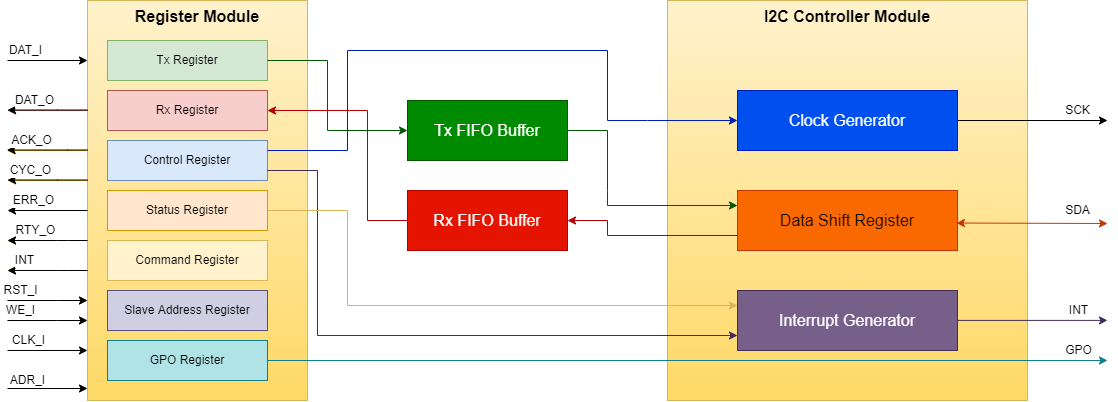
The draw.io diagram doc/Images/Detailed Architecture.png in isidor99/wishbone-i2c-ip-core, before a commit. Source tidied: cells renumbered, new cells last; positions are measured from the earlier drawing's top-left corner, leaving out a move shared by most shapes.
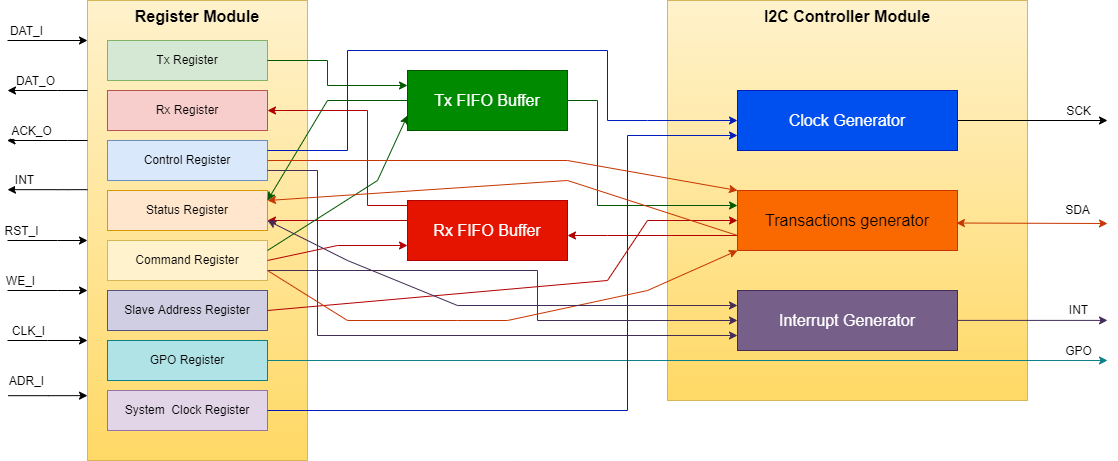
After the change.

Diff of the diagram source:
```diff
@@ -3,7 +3,7 @@
     <mxCell id="0" />
     <mxCell id="1" parent="0" />
     <mxCell id="2" value="Register Module" style="rounded=0;whiteSpace=wrap;html=1;verticalAlign=top;fontSize=16;fontStyle=1;fillColor=#fff2cc;gradientColor=#ffd966;strokeColor=#d6b656;" parent="1" vertex="1">
-      <mxGeometry x="80" width="220" height="400" as="geometry" />
+      <mxGeometry x="80" width="220" height="460" as="geometry" />
     </mxCell>
     <mxCell id="3" value="Tx Register" style="rounded=0;whiteSpace=wrap;html=1;fillColor=#d5e8d4;strokeColor=#82b366;" parent="1" vertex="1">
       <mxGeometry x="100" y="40" width="160" height="40" as="geometry" />
@@ -30,10 +30,10 @@
       <mxGeometry x="660" width="360" height="400" as="geometry" />
     </mxCell>
     <mxCell id="11" value="Tx FIFO Buffer" style="rounded=0;whiteSpace=wrap;html=1;fontSize=16;fillColor=#008a00;fontColor=#ffffff;strokeColor=#005700;" parent="1" vertex="1">
-      <mxGeometry x="400" y="100" width="160" height="60" as="geometry" />
+      <mxGeometry x="400" y="70" width="160" height="60" as="geometry" />
     </mxCell>
     <mxCell id="12" value="Rx FIFO Buffer" style="rounded=0;whiteSpace=wrap;html=1;fontSize=16;fillColor=#e51400;fontColor=#ffffff;strokeColor=#B20000;" parent="1" vertex="1">
-      <mxGeometry x="400" y="190" width="160" height="60" as="geometry" />
+      <mxGeometry x="400" y="200" width="160" height="60" as="geometry" />
     </mxCell>
     <mxCell id="13" value="Clock Generator" style="rounded=0;whiteSpace=wrap;html=1;fontSize=16;fillColor=#0050ef;fontColor=#ffffff;strokeColor=#001DBC;" parent="1" vertex="1">
       <mxGeometry x="730" y="90" width="220" height="60" as="geometry" />
@@ -49,38 +49,39 @@
         </Array>
       </mxGeometry>
     </mxCell>
-    <mxCell id="15" value="Data Shift Register" style="rounded=0;whiteSpace=wrap;html=1;fontSize=16;fillColor=#fa6800;fontColor=#000000;strokeColor=#C73500;" parent="1" vertex="1">
+    <mxCell id="15" value="Transactions generator" style="rounded=0;whiteSpace=wrap;html=1;fontSize=16;fillColor=#fa6800;fontColor=#000000;strokeColor=#C73500;" parent="1" vertex="1">
       <mxGeometry x="730" y="190" width="220" height="60" as="geometry" />
     </mxCell>
     <mxCell id="16" style="endArrow=classic;html=1;rounded=0;fontSize=16;entryX=0;entryY=0.25;entryDx=0;entryDy=0;exitX=1;exitY=0.5;exitDx=0;exitDy=0;fillColor=#008a00;strokeColor=#005700;" parent="1" edge="1" source="11" target="15">
       <mxGeometry relative="1" as="geometry">
         <Array as="points">
-          <mxPoint x="600" y="130" />
-          <mxPoint x="600" y="190" />
-          <mxPoint x="600" y="205" />
+          <mxPoint x="590" y="100" />
+          <mxPoint x="590" y="190" />
+          <mxPoint x="590" y="205" />
         </Array>
       </mxGeometry>
     </mxCell>
-    <mxCell id="17" style="endArrow=classic;html=1;rounded=0;fontSize=16;entryX=0;entryY=0.5;entryDx=0;entryDy=0;exitX=1;exitY=0.5;exitDx=0;exitDy=0;fillColor=#008a00;strokeColor=#005700;" parent="1" edge="1" source="3" target="11">
+    <mxCell id="17" style="endArrow=classic;html=1;rounded=0;fontSize=16;entryX=0;entryY=0.25;entryDx=0;entryDy=0;exitX=1;exitY=0.5;exitDx=0;exitDy=0;fillColor=#008a00;strokeColor=#005700;" parent="1" edge="1" source="3" target="11">
       <mxGeometry relative="1" as="geometry">
         <Array as="points">
           <mxPoint x="320" y="60" />
-          <mxPoint x="320" y="130" />
+          <mxPoint x="320" y="85" />
         </Array>
       </mxGeometry>
     </mxCell>
-    <mxCell id="18" style="endArrow=classic;html=1;rounded=0;fontSize=16;entryX=1;entryY=0.5;entryDx=0;entryDy=0;exitX=0;exitY=0.75;exitDx=0;exitDy=0;fillColor=#e51400;strokeColor=#B20000;" parent="1" edge="1" source="15" target="12">
+    <mxCell id="18" style="endArrow=classic;html=1;rounded=0;fontSize=16;exitX=0;exitY=0.75;exitDx=0;exitDy=0;fillColor=#e51400;strokeColor=#B20000;" parent="1" edge="1" source="15">
       <mxGeometry relative="1" as="geometry">
+        <mxPoint x="560" y="235" as="targetPoint" />
         <Array as="points">
           <mxPoint x="600" y="235" />
-          <mxPoint x="600" y="220" />
         </Array>
       </mxGeometry>
     </mxCell>
-    <mxCell id="19" style="endArrow=classic;html=1;rounded=0;fontSize=16;exitX=0;exitY=0.5;exitDx=0;exitDy=0;entryX=1;entryY=0.5;entryDx=0;entryDy=0;fillColor=#e51400;strokeColor=#B20000;" parent="1" edge="1" source="12" target="4">
+    <mxCell id="19" style="endArrow=classic;html=1;rounded=0;fontSize=16;entryX=1;entryY=0.5;entryDx=0;entryDy=0;fillColor=#e51400;strokeColor=#B20000;" parent="1" edge="1" target="4">
       <mxGeometry relative="1" as="geometry">
+        <mxPoint x="400" y="205" as="sourcePoint" />
         <Array as="points">
-          <mxPoint x="360" y="220" />
+          <mxPoint x="360" y="205" />
           <mxPoint x="360" y="110" />
         </Array>
       </mxGeometry>
@@ -131,8 +132,8 @@
     </mxCell>
     <mxCell id="29" style="endArrow=classic;html=1;rounded=0;fontSize=16;fillColor=#d5e8d4;strokeColor=#000000;" parent="1" edge="1">
       <mxGeometry relative="1" as="geometry">
-        <mxPoint y="60" as="sourcePoint" />
-        <mxPoint x="80" y="60" as="targetPoint" />
+        <mxPoint y="40" as="sourcePoint" />
+        <mxPoint x="80" y="40" as="targetPoint" />
       </mxGeometry>
     </mxCell>
     <mxCell id="30" value="DAT_I" style="edgeLabel;html=1;align=center;verticalAlign=middle;fontSize=12;" parent="29" vertex="1">
@@ -140,135 +141,6 @@
         <mxPoint x="10" y="-11" as="offset" />
       </mxGeometry>
     </mxCell>
-    <mxCell id="31" style="endArrow=classic;html=1;rounded=0;fontSize=16;fillColor=#f8cecc;strokeColor=#b85450;" parent="1" edge="1">
-      <mxGeometry relative="1" as="geometry">
-        <mxPoint x="80" y="110" as="sourcePoint" />
-        <mxPoint y="110" as="targetPoint" />
-        <Array as="points">
-          <mxPoint x="50" y="110" />
-        </Array>
-      </mxGeometry>
-    </mxCell>
-    <mxCell id="32" value="DAT_O" style="edgeLabel;html=1;align=center;verticalAlign=middle;fontSize=12;" parent="31" vertex="1">
-      <mxGeometry x="0.63" relative="1" as="geometry">
-        <mxPoint x="12" y="-10" as="offset" />
-      </mxGeometry>
-    </mxCell>
-    <mxCell id="33" style="endArrow=classic;html=1;rounded=0;fontSize=12;exitX=0;exitY=0.45;exitDx=0;exitDy=0;exitPerimeter=0;fillColor=#ffe6cc;strokeColor=#d79b00;" parent="1" edge="1" source="2">
-      <mxGeometry relative="1" as="geometry">
-        <mxPoint y="180" as="targetPoint" />
-        <Array as="points">
-          <mxPoint x="50" y="180" />
-        </Array>
-      </mxGeometry>
-    </mxCell>
-    <mxCell id="34" value="CYC_O" style="edgeLabel;html=1;align=center;verticalAlign=middle;fontSize=12;" parent="33" vertex="1">
-      <mxGeometry x="0.66" relative="1" as="geometry">
-        <mxPoint x="9" y="-10" as="offset" />
-      </mxGeometry>
-    </mxCell>
-    <mxCell id="35" style="endArrow=classic;html=1;rounded=0;fontSize=12;fillColor=#ffe6cc;strokeColor=#d79b00;" parent="1" edge="1">
-      <mxGeometry relative="1" as="geometry">
-        <mxPoint x="80" y="150" as="sourcePoint" />
-        <mxPoint x="-0.5" y="150" as="targetPoint" />
-        <Array as="points">
-          <mxPoint x="60" y="150" />
-          <mxPoint x="49.5" y="150" />
-        </Array>
-      </mxGeometry>
-    </mxCell>
-    <mxCell id="36" value="ACK_O" style="edgeLabel;html=1;align=center;verticalAlign=middle;fontSize=12;" parent="35" vertex="1">
-      <mxGeometry x="0.69" relative="1" as="geometry">
-        <mxPoint x="11" y="-10" as="offset" />
-      </mxGeometry>
-    </mxCell>
-    <mxCell id="37" style="endArrow=classic;html=1;rounded=0;fontSize=12;fillColor=#ffe6cc;strokeColor=#000000;" parent="1" edge="1">
-      <mxGeometry relative="1" as="geometry">
-        <mxPoint x="80" y="210" as="sourcePoint" />
-        <mxPoint y="210" as="targetPoint" />
-      </mxGeometry>
-    </mxCell>
-    <mxCell id="38" value="ERR_O" style="edgeLabel;html=1;align=center;verticalAlign=middle;fontSize=12;" parent="37" vertex="1">
-      <mxGeometry x="0.57" y="1" relative="1" as="geometry">
-        <mxPoint x="8" y="-11" as="offset" />
-      </mxGeometry>
-    </mxCell>
-    <mxCell id="39" style="endArrow=classic;html=1;rounded=0;fontSize=12;fillColor=#ffe6cc;strokeColor=#d79b00;" parent="1" edge="1">
-      <mxGeometry relative="1" as="geometry">
-        <mxPoint x="80" y="240" as="sourcePoint" />
-        <mxPoint y="240" as="targetPoint" />
-        <Array as="points">
-          <mxPoint x="60" y="240" />
-          <mxPoint x="49.8" y="240" />
-        </Array>
-      </mxGeometry>
-    </mxCell>
-    <mxCell id="40" value="RTY_O" style="edgeLabel;html=1;align=center;verticalAlign=middle;fontSize=12;" parent="39" vertex="1">
-      <mxGeometry x="0.82" relative="1" as="geometry">
-        <mxPoint x="20" y="-10" as="offset" />
-      </mxGeometry>
-    </mxCell>
-    <mxCell id="41" style="endArrow=classic;html=1;rounded=0;fontSize=12;fillColor=#ffe6cc;strokeColor=#d79b00;" parent="1" edge="1">
-      <mxGeometry relative="1" as="geometry">
-        <mxPoint x="80" y="270" as="sourcePoint" />
-        <mxPoint y="270" as="targetPoint" />
-        <Array as="points">
-          <mxPoint x="60" y="270" />
-          <mxPoint x="50" y="270" />
-        </Array>
-      </mxGeometry>
-    </mxCell>
-    <mxCell id="42" value="INT" style="edgeLabel;html=1;align=center;verticalAlign=middle;fontSize=12;" parent="41" vertex="1">
-      <mxGeometry x="0.89" relative="1" as="geometry">
-        <mxPoint x="12" y="-10" as="offset" />
-      </mxGeometry>
-    </mxCell>
-    <mxCell id="43" style="endArrow=classic;html=1;rounded=0;fontSize=12;entryX=0;entryY=0.75;entryDx=0;entryDy=0;fillColor=#fff2cc;strokeColor=#d6b656;" parent="1" edge="1" target="2">
-      <mxGeometry relative="1" as="geometry">
-        <mxPoint y="300" as="sourcePoint" />
-        <Array as="points">
-          <mxPoint x="50" y="300" />
-        </Array>
-      </mxGeometry>
-    </mxCell>
-    <mxCell id="44" value="RST_I" style="edgeLabel;html=1;align=center;verticalAlign=middle;fontSize=12;" parent="43" vertex="1">
-      <mxGeometry x="-0.68" relative="1" as="geometry">
-        <mxPoint y="-10" as="offset" />
-      </mxGeometry>
-    </mxCell>
-    <mxCell id="45" style="endArrow=classic;html=1;rounded=0;fontSize=12;entryX=0;entryY=0.8;entryDx=0;entryDy=0;fillColor=#fff2cc;strokeColor=#d6b656;entryPerimeter=0;" parent="1" edge="1" target="2">
-      <mxGeometry relative="1" as="geometry">
-        <mxPoint y="320" as="sourcePoint" />
-        <Array as="points">
-          <mxPoint x="50" y="320" />
-        </Array>
-      </mxGeometry>
-    </mxCell>
-    <mxCell id="46" value="WE_I" style="edgeLabel;html=1;align=center;verticalAlign=middle;fontSize=12;" parent="45" vertex="1">
-      <mxGeometry x="-0.7" relative="1" as="geometry">
-        <mxPoint y="-10" as="offset" />
-      </mxGeometry>
-    </mxCell>
-    <mxCell id="47" style="endArrow=classic;html=1;rounded=0;fontSize=12;entryX=0;entryY=0.875;entryDx=0;entryDy=0;entryPerimeter=0;" parent="1" edge="1" target="2">
-      <mxGeometry relative="1" as="geometry">
-        <mxPoint y="350" as="sourcePoint" />
-      </mxGeometry>
-    </mxCell>
-    <mxCell id="48" value="CLK_I" style="edgeLabel;html=1;align=center;verticalAlign=middle;fontSize=12;" parent="47" vertex="1">
-      <mxGeometry x="-0.8" relative="1" as="geometry">
-        <mxPoint x="12" y="-10" as="offset" />
-      </mxGeometry>
-    </mxCell>
-    <mxCell id="49" style="endArrow=classic;html=1;rounded=0;fontSize=12;entryX=0;entryY=0.97;entryDx=0;entryDy=0;entryPerimeter=0;" parent="1" edge="1" target="2">
-      <mxGeometry relative="1" as="geometry">
-        <mxPoint y="388" as="sourcePoint" />
-      </mxGeometry>
-    </mxCell>
-    <mxCell id="50" value="ADR_I" style="edgeLabel;html=1;align=center;verticalAlign=middle;fontSize=12;" parent="49" vertex="1">
-      <mxGeometry x="-0.78" y="-1" relative="1" as="geometry">
-        <mxPoint x="11" y="-9" as="offset" />
-      </mxGeometry>
-    </mxCell>
     <mxCell id="51" style="endArrow=classic;html=1;rounded=0;entryX=0;entryY=0.75;entryDx=0;entryDy=0;exitX=1;exitY=0.75;exitDx=0;exitDy=0;fillColor=#76608a;strokeColor=#432D57;" parent="1" edge="1" source="5" target="20">
       <mxGeometry relative="1" as="geometry">
         <Array as="points">
@@ -277,20 +149,12 @@
         </Array>
       </mxGeometry>
     </mxCell>
-    <mxCell id="52" style="endArrow=classic;html=1;rounded=0;exitX=1;exitY=0.5;exitDx=0;exitDy=0;entryX=0;entryY=0.25;entryDx=0;entryDy=0;fillColor=#fff2cc;strokeColor=#d6b656;" parent="1" edge="1" source="6" target="20">
-      <mxGeometry relative="1" as="geometry">
-        <Array as="points">
-          <mxPoint x="340" y="210" />
-          <mxPoint x="340" y="305" />
-        </Array>
-      </mxGeometry>
-    </mxCell>
     <mxCell id="53" style="endArrow=classic;html=1;rounded=0;fontSize=12;entryX=0;entryY=0.8;entryDx=0;entryDy=0;fillColor=#fff2cc;strokeColor=#000000;entryPerimeter=0;" parent="1" edge="1">
       <mxGeometry relative="1" as="geometry">
-        <mxPoint y="320" as="sourcePoint" />
-        <mxPoint x="80" y="320" as="targetPoint" />
+        <mxPoint y="290" as="sourcePoint" />
+        <mxPoint x="80" y="290" as="targetPoint" />
         <Array as="points">
-          <mxPoint x="50" y="320" />
+          <mxPoint x="50" y="290" />
         </Array>
       </mxGeometry>
     </mxCell>
@@ -301,10 +165,10 @@
     </mxCell>
     <mxCell id="55" style="endArrow=classic;html=1;rounded=0;fontSize=12;entryX=0;entryY=0.75;entryDx=0;entryDy=0;fillColor=#fff2cc;strokeColor=#000000;" parent="1" edge="1">
       <mxGeometry relative="1" as="geometry">
-        <mxPoint y="300" as="sourcePoint" />
-        <mxPoint x="80" y="300" as="targetPoint" />
+        <mxPoint y="240" as="sourcePoint" />
+        <mxPoint x="80" y="240" as="targetPoint" />
         <Array as="points">
-          <mxPoint x="50" y="300" />
+          <mxPoint x="50" y="240" />
         </Array>
       </mxGeometry>
     </mxCell>
@@ -315,11 +179,11 @@
     </mxCell>
     <mxCell id="57" style="endArrow=classic;html=1;rounded=0;fontSize=12;fillColor=#ffe6cc;strokeColor=#000000;" parent="1" edge="1">
       <mxGeometry relative="1" as="geometry">
-        <mxPoint x="80" y="270" as="sourcePoint" />
-        <mxPoint y="270" as="targetPoint" />
+        <mxPoint x="80" y="189.2" as="sourcePoint" />
+        <mxPoint y="189.2" as="targetPoint" />
         <Array as="points">
-          <mxPoint x="60" y="270" />
-          <mxPoint x="50" y="270" />
+          <mxPoint x="60" y="189.2" />
+          <mxPoint x="50" y="189.2" />
         </Array>
       </mxGeometry>
     </mxCell>
@@ -328,42 +192,13 @@
         <mxPoint x="12" y="-10" as="offset" />
       </mxGeometry>
     </mxCell>
-    <mxCell id="59" style="endArrow=classic;html=1;rounded=0;fontSize=12;fillColor=#ffe6cc;strokeColor=#000000;" parent="1" edge="1">
-      <mxGeometry relative="1" as="geometry">
-        <mxPoint x="80" y="240" as="sourcePoint" />
-        <mxPoint y="240" as="targetPoint" />
-        <Array as="points">
-          <mxPoint x="60" y="240" />
-          <mxPoint x="49.8" y="240" />
-        </Array>
-      </mxGeometry>
-    </mxCell>
-    <mxCell id="60" value="RTY_O" style="edgeLabel;html=1;align=center;verticalAlign=middle;fontSize=12;" parent="59" vertex="1">
-      <mxGeometry x="0.82" relative="1" as="geometry">
-        <mxPoint x="20" y="-10" as="offset" />
-      </mxGeometry>
-    </mxCell>
-    <mxCell id="61" style="endArrow=classic;html=1;rounded=0;fontSize=12;exitX=0;exitY=0.45;exitDx=0;exitDy=0;exitPerimeter=0;fillColor=#ffe6cc;strokeColor=#000000;" parent="1" edge="1">
-      <mxGeometry relative="1" as="geometry">
-        <mxPoint x="80" y="179.5" as="sourcePoint" />
-        <mxPoint y="179.5" as="targetPoint" />
-        <Array as="points">
-          <mxPoint x="50" y="179.5" />
-        </Array>
-      </mxGeometry>
-    </mxCell>
-    <mxCell id="62" value="CYC_O" style="edgeLabel;html=1;align=center;verticalAlign=middle;fontSize=12;" parent="61" vertex="1">
-      <mxGeometry x="0.66" relative="1" as="geometry">
-        <mxPoint x="9" y="-10" as="offset" />
-      </mxGeometry>
-    </mxCell>
     <mxCell id="63" style="endArrow=classic;html=1;rounded=0;fontSize=12;fillColor=#ffe6cc;strokeColor=#000000;" parent="1" edge="1">
       <mxGeometry relative="1" as="geometry">
-        <mxPoint x="80" y="149.5" as="sourcePoint" />
-        <mxPoint x="-0.5" y="149.5" as="targetPoint" />
+        <mxPoint x="80" y="140" as="sourcePoint" />
+        <mxPoint x="-0.5" y="140" as="targetPoint" />
         <Array as="points">
-          <mxPoint x="60" y="149.5" />
-          <mxPoint x="49.5" y="149.5" />
+          <mxPoint x="60" y="140" />
+          <mxPoint x="49.5" y="140" />
         </Array>
       </mxGeometry>
     </mxCell>
@@ -374,10 +209,10 @@
     </mxCell>
     <mxCell id="65" style="endArrow=classic;html=1;rounded=0;fontSize=16;fillColor=#f8cecc;strokeColor=#000000;" parent="1" edge="1">
       <mxGeometry relative="1" as="geometry">
-        <mxPoint x="80" y="109.5" as="sourcePoint" />
-        <mxPoint y="109.5" as="targetPoint" />
+        <mxPoint x="80" y="90" as="sourcePoint" />
+        <mxPoint y="90" as="targetPoint" />
         <Array as="points">
-          <mxPoint x="50" y="109.5" />
+          <mxPoint x="50" y="90" />
         </Array>
       </mxGeometry>
     </mxCell>
@@ -386,5 +221,117 @@
         <mxPoint x="12" y="-10" as="offset" />
       </mxGeometry>
     </mxCell>
+    <mxCell id="67" value="System&amp;nbsp; Clock Register" style="rounded=0;whiteSpace=wrap;html=1;fillColor=#e1d5e7;strokeColor=#9673a6;" parent="1" vertex="1">
+      <mxGeometry x="100" y="390" width="160" height="40" as="geometry" />
+    </mxCell>
+    <mxCell id="68" style="endArrow=classic;html=1;rounded=0;fontSize=12;" parent="1" edge="1">
+      <mxGeometry relative="1" as="geometry">
+        <mxPoint y="340" as="sourcePoint" />
+        <mxPoint x="80" y="340" as="targetPoint" />
+        <Array as="points">
+          <mxPoint x="40" y="340" />
+        </Array>
+      </mxGeometry>
+    </mxCell>
+    <mxCell id="48" value="CLK_I" style="edgeLabel;html=1;align=center;verticalAlign=middle;fontSize=12;" parent="68" vertex="1">
+      <mxGeometry x="-0.8" relative="1" as="geometry">
+        <mxPoint x="12" y="-10" as="offset" />
+      </mxGeometry>
+    </mxCell>
+    <mxCell id="69" style="endArrow=classic;html=1;rounded=0;fontSize=12;entryX=0;entryY=0.859;entryDx=0;entryDy=0;entryPerimeter=0;" parent="1" edge="1" target="2">
+      <mxGeometry relative="1" as="geometry">
+        <mxPoint x="0.7" y="395.2" as="sourcePoint" />
+        <Array as="points">
+          <mxPoint x="40.7" y="395.2" />
+        </Array>
+      </mxGeometry>
+    </mxCell>
+    <mxCell id="50" value="ADR_I" style="edgeLabel;html=1;align=center;verticalAlign=middle;fontSize=12;" parent="69" vertex="1">
+      <mxGeometry x="-0.78" y="-1" relative="1" as="geometry">
+        <mxPoint x="9" y="-16" as="offset" />
+      </mxGeometry>
+    </mxCell>
+    <mxCell id="70" style="endArrow=classic;html=1;rounded=0;exitX=1;exitY=0.5;exitDx=0;exitDy=0;entryX=0;entryY=0.75;entryDx=0;entryDy=0;fillColor=#0050ef;strokeColor=#001DBC;" parent="1" edge="1" source="67" target="13">
+      <mxGeometry relative="1" as="geometry">
+        <Array as="points">
+          <mxPoint x="620" y="410" />
+          <mxPoint x="620" y="135" />
+        </Array>
+      </mxGeometry>
+    </mxCell>
+    <mxCell id="71" style="endArrow=classic;html=1;rounded=0;exitX=1;exitY=0.75;exitDx=0;exitDy=0;entryX=0;entryY=0.5;entryDx=0;entryDy=0;fillColor=#76608a;strokeColor=#432D57;" parent="1" edge="1" source="7" target="20">
+      <mxGeometry relative="1" as="geometry">
+        <Array as="points">
+          <mxPoint x="530" y="270" />
+          <mxPoint x="530" y="320" />
+        </Array>
+      </mxGeometry>
+    </mxCell>
+    <mxCell id="72" style="endArrow=classic;html=1;rounded=0;exitX=1;exitY=0.5;exitDx=0;exitDy=0;entryX=0;entryY=0.5;entryDx=0;entryDy=0;fillColor=#e51400;strokeColor=#B20000;" parent="1" edge="1" source="8" target="15">
+      <mxGeometry relative="1" as="geometry">
+        <Array as="points">
+          <mxPoint x="600" y="280" />
+          <mxPoint x="640" y="220" />
+        </Array>
+      </mxGeometry>
+    </mxCell>
+    <mxCell id="73" style="endArrow=classic;html=1;rounded=0;entryX=1;entryY=0.75;entryDx=0;entryDy=0;fillColor=#e51400;strokeColor=#B20000;" parent="1" edge="1" target="6">
+      <mxGeometry relative="1" as="geometry">
+        <mxPoint x="400" y="220" as="sourcePoint" />
+      </mxGeometry>
+    </mxCell>
+    <mxCell id="74" style="endArrow=classic;html=1;rounded=0;exitX=1;exitY=0.5;exitDx=0;exitDy=0;entryX=0;entryY=0.75;entryDx=0;entryDy=0;fillColor=#e51400;strokeColor=#B20000;" parent="1" edge="1" source="7" target="12">
+      <mxGeometry relative="1" as="geometry">
+        <Array as="points">
+          <mxPoint x="330" y="245" />
+        </Array>
+      </mxGeometry>
+    </mxCell>
+    <mxCell id="75" style="endArrow=classic;html=1;rounded=0;exitX=1;exitY=0.75;exitDx=0;exitDy=0;entryX=0;entryY=1;entryDx=0;entryDy=0;fillColor=#fa6800;strokeColor=#C73500;" parent="1" edge="1" source="7" target="15">
+      <mxGeometry relative="1" as="geometry">
+        <Array as="points">
+          <mxPoint x="340" y="320" />
+          <mxPoint x="450" y="320" />
+          <mxPoint x="500" y="320" />
+          <mxPoint x="640" y="290" />
+        </Array>
+      </mxGeometry>
+    </mxCell>
+    <mxCell id="76" style="endArrow=classic;html=1;rounded=0;exitX=1;exitY=0.25;exitDx=0;exitDy=0;entryX=0;entryY=0.75;entryDx=0;entryDy=0;fillColor=#008a00;strokeColor=#005700;" parent="1" edge="1" source="7" target="11">
+      <mxGeometry relative="1" as="geometry">
+        <Array as="points">
+          <mxPoint x="370" y="180" />
+        </Array>
+      </mxGeometry>
+    </mxCell>
+    <mxCell id="77" style="endArrow=classic;html=1;rounded=0;entryX=1;entryY=0.25;entryDx=0;entryDy=0;exitX=0;exitY=0.5;exitDx=0;exitDy=0;fillColor=#008a00;strokeColor=#005700;" parent="1" edge="1" source="11" target="6">
+      <mxGeometry relative="1" as="geometry">
+        <Array as="points">
+          <mxPoint x="320" y="100" />
+        </Array>
+      </mxGeometry>
+    </mxCell>
+    <mxCell id="78" style="endArrow=classic;html=1;rounded=0;exitX=1;exitY=0.5;exitDx=0;exitDy=0;entryX=0;entryY=0;entryDx=0;entryDy=0;fillColor=#fa6800;strokeColor=#C73500;" parent="1" edge="1" source="5" target="15">
+      <mxGeometry relative="1" as="geometry">
+        <Array as="points">
+          <mxPoint x="560" y="160" />
+        </Array>
+      </mxGeometry>
+    </mxCell>
+    <mxCell id="79" style="endArrow=classic;html=1;rounded=0;exitX=0;exitY=0.75;exitDx=0;exitDy=0;entryX=1;entryY=0.25;entryDx=0;entryDy=0;fillColor=#fa6800;strokeColor=#C73500;" parent="1" edge="1" source="15" target="6">
+      <mxGeometry relative="1" as="geometry">
+        <Array as="points">
+          <mxPoint x="560" y="180" />
+        </Array>
+      </mxGeometry>
+    </mxCell>
+    <mxCell id="52" style="endArrow=classic;startArrow=classic;html=1;rounded=0;exitX=1;exitY=0.75;exitDx=0;exitDy=0;entryX=0;entryY=0.25;entryDx=0;entryDy=0;fillColor=#76608a;strokeColor=#432D57;" parent="1" edge="1" source="6" target="20">
+      <mxGeometry relative="1" as="geometry">
+        <Array as="points">
+          <mxPoint x="340" y="260" />
+          <mxPoint x="450" y="305" />
+        </Array>
+      </mxGeometry>
+    </mxCell>
   </root>
 </mxGraphModel>
```
